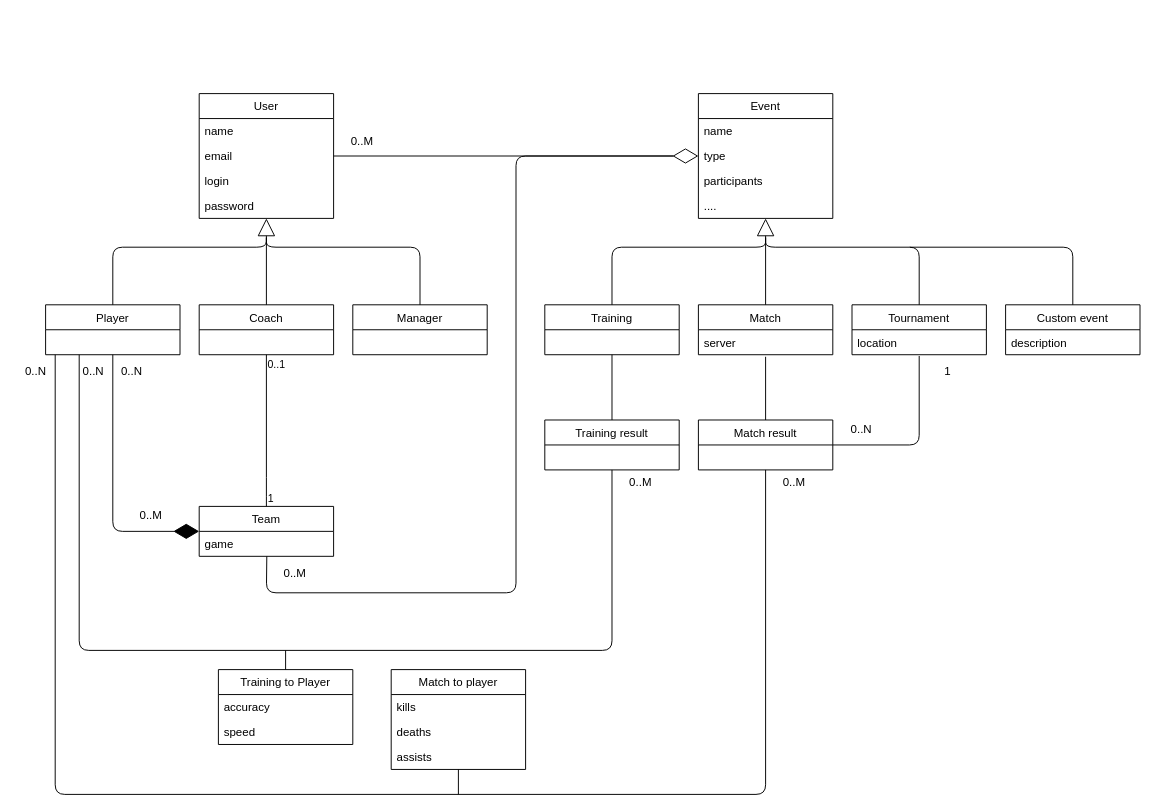
Earlier version of the draw.io diagram DomainModel.drawio (dminikm/EsportsIS). Source tidied: cells renumbered, new cells numbered last; positions are measured from the earlier drawing's top-left corner, leaving out a move shared by most shapes. Both pictures are drawn from the tidied source at 96%, with x=0, y=0 at pixel (16, 93).
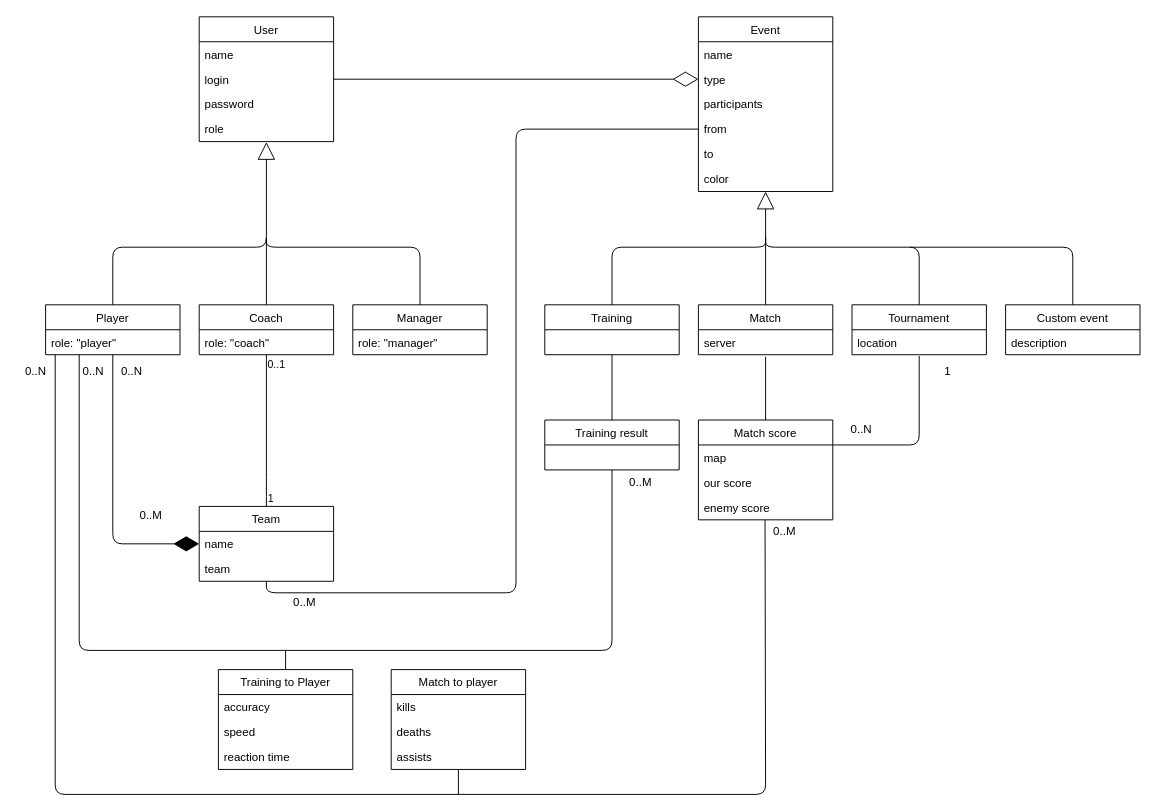
The same diagram, later.

The change refers to these unchanged cells:
```xml
<mxCell id="21" value="type" style="text;strokeColor=none;fillColor=none;align=left;verticalAlign=top;spacingLeft=4;spacingRight=4;overflow=hidden;points=[[0,0.5],[1,0.5]];portConstraint=eastwest;" parent="19" vertex="1">
  <mxGeometry y="52" width="140" height="26" as="geometry" />
</mxCell>
<mxCell id="25" value="server" style="text;strokeColor=none;fillColor=none;align=left;verticalAlign=top;spacingLeft=4;spacingRight=4;overflow=hidden;points=[[0,0.5],[1,0.5]];portConstraint=eastwest;" parent="24" vertex="1">
  <mxGeometry y="26" width="140" height="26" as="geometry" />
</mxCell>
<mxCell id="28" value="location" style="text;strokeColor=none;fillColor=none;align=left;verticalAlign=top;spacingLeft=4;spacingRight=4;overflow=hidden;points=[[0,0.5],[1,0.5]];portConstraint=eastwest;" parent="27" vertex="1">
  <mxGeometry y="26" width="140" height="26" as="geometry" />
</mxCell>
<mxCell id="37" value="Training result" style="swimlane;fontStyle=0;horizontal=1;startSize=26;fillColor=none;" parent="1" vertex="1">
  <mxGeometry x="550" y="340" width="140" height="52" as="geometry" />
</mxCell>
```

The edit, as a diff of the source:
```diff
@@
-    <mxCell id="2" style="endArrow=block;endSize=16;endFill=0;html=1;exitX=0.5;exitY=0;exitDx=0;exitDy=0;entryX=0.5;entryY=1;entryDx=0;entryDy=0;entryPerimeter=0;" parent="1" edge="1" source="5" target="12">
+    <mxCell id="2" style="endArrow=block;endSize=16;endFill=0;html=1;exitX=0.5;exitY=0;exitDx=0;exitDy=0;entryX=0.5;entryY=1.015;entryDx=0;entryDy=0;entryPerimeter=0;" parent="1" edge="1" target="63">
       <mxGeometry relative="1" as="geometry">
+        <mxPoint x="100" y="220" as="sourcePoint" />
         <Array as="points">
           <mxPoint x="100" y="160" />
           <mxPoint x="260" y="160" />
         </Array>
       </mxGeometry>
     </mxCell>
-    <mxCell id="3" style="endArrow=none;html=1;exitX=0.5;exitY=0;exitDx=0;exitDy=0;" parent="1" edge="1" source="6">
+    <mxCell id="3" style="endArrow=none;html=1;exitX=0.5;exitY=0;exitDx=0;exitDy=0;" parent="1" edge="1">
       <mxGeometry relative="1" as="geometry">
+        <mxPoint x="260" y="220" as="sourcePoint" />
         <mxPoint x="260" y="150" as="targetPoint" />
       </mxGeometry>
     </mxCell>
-    <mxCell id="4" style="endArrow=none;html=1;exitX=0.5;exitY=0;exitDx=0;exitDy=0;" parent="1" edge="1" source="7">
+    <mxCell id="4" style="endArrow=none;html=1;exitX=0.5;exitY=0;exitDx=0;exitDy=0;" parent="1" edge="1">
       <mxGeometry relative="1" as="geometry">
+        <mxPoint x="420" y="220" as="sourcePoint" />
         <mxPoint x="260" y="150" as="targetPoint" />
         <Array as="points">
           <mxPoint x="420" y="160" />
           <mxPoint x="260" y="160" />
         </Array>
       </mxGeometry>
     </mxCell>
-    <mxCell id="5" value="Player" style="swimlane;fontStyle=0;horizontal=1;startSize=26;fillColor=none;" parent="1" vertex="1">
-      <mxGeometry x="30" y="220" width="140" height="52" as="geometry" />
-    </mxCell>
-    <mxCell id="6" value="Coach" style="swimlane;fontStyle=0;horizontal=1;startSize=26;fillColor=none;" parent="1" vertex="1">
-      <mxGeometry x="190" y="220" width="140" height="52" as="geometry" />
-    </mxCell>
-    <mxCell id="7" value="Manager" style="swimlane;fontStyle=0;horizontal=1;startSize=26;fillColor=none;" parent="1" vertex="1">
-      <mxGeometry x="350" y="220" width="140" height="52" as="geometry" />
-    </mxCell>
     <mxCell id="8" value="User" style="swimlane;fontStyle=0;horizontal=1;startSize=26;fillColor=none;" parent="1" vertex="1">
-      <mxGeometry x="190" width="140" height="130" as="geometry" />
+      <mxGeometry x="190" y="-80" width="140" height="130" as="geometry" />
     </mxCell>
@@
-    <mxCell id="10" value="email" style="text;strokeColor=none;fillColor=none;align=left;verticalAlign=top;spacingLeft=4;spacingRight=4;overflow=hidden;points=[[0,0.5],[1,0.5]];portConstraint=eastwest;" parent="8" vertex="1">
-      <mxGeometry y="52" width="140" height="26" as="geometry" />
-    </mxCell>
     <mxCell id="11" value="login" style="text;strokeColor=none;fillColor=none;align=left;verticalAlign=top;spacingLeft=4;spacingRight=4;overflow=hidden;" parent="8" vertex="1">
-      <mxGeometry y="78" width="140" height="26" as="geometry" />
+      <mxGeometry y="52" width="140" height="26" as="geometry" />
     </mxCell>
     <mxCell id="12" value="password" style="text;strokeColor=none;fillColor=none;align=left;verticalAlign=top;spacingLeft=4;spacingRight=4;overflow=hidden;points=[[0,0.5],[1,0.5]];portConstraint=eastwest;" parent="8" vertex="1">
-      <mxGeometry y="104" width="140" height="26" as="geometry" />
+      <mxGeometry y="78" width="140" height="26" as="geometry" />
     </mxCell>
+    <mxCell id="63" value="role" style="text;strokeColor=none;fillColor=none;align=left;verticalAlign=top;spacingLeft=4;spacingRight=4;overflow=hidden;points=[[0,0.5],[1,0.5]];portConstraint=eastwest;" parent="8" vertex="1">
+      <mxGeometry y="104" width="140" height="26" as="geometry" />
+    </mxCell>
-    <mxCell id="13" style="endArrow=diamondThin;endFill=1;endSize=24;html=1;entryX=0;entryY=0.5;entryDx=0;entryDy=0;exitX=0.5;exitY=1;exitDx=0;exitDy=0;" parent="1" edge="1" source="5" target="39">
+    <mxCell id="13" style="endArrow=diamondThin;endFill=1;endSize=24;html=1;entryX=0;entryY=0.5;entryDx=0;entryDy=0;exitX=0.5;exitY=1;exitDx=0;exitDy=0;" parent="1" edge="1" target="39">
       <mxGeometry relative="1" as="geometry">
+        <mxPoint x="100" y="272" as="sourcePoint" />
         <Array as="points">
-          <mxPoint x="100" y="456" />
+          <mxPoint x="100" y="469" />
         </Array>
       </mxGeometry>
     </mxCell>
@@
-    <mxCell id="16" style="endArrow=none;html=1;edgeStyle=orthogonalEdgeStyle;entryX=0.5;entryY=1;entryDx=0;entryDy=0;exitX=0.5;exitY=0;exitDx=0;exitDy=0;" parent="1" edge="1" source="39" target="6">
+    <mxCell id="16" style="endArrow=none;html=1;edgeStyle=orthogonalEdgeStyle;entryX=0.5;entryY=1;entryDx=0;entryDy=0;exitX=0.5;exitY=0;exitDx=0;exitDy=0;" parent="1" edge="1" source="39">
       <mxGeometry relative="1" as="geometry">
+        <mxPoint x="260" y="272" as="targetPoint" />
         <Array as="points">
           <mxPoint x="260" y="410" />
           <mxPoint x="260" y="410" />
         </Array>
       </mxGeometry>
     </mxCell>
@@
     <mxCell id="19" value="Event" style="swimlane;fontStyle=0;horizontal=1;startSize=26;fillColor=none;" parent="1" vertex="1">
-      <mxGeometry x="710" width="140" height="130" as="geometry" />
+      <mxGeometry x="710" y="-80" width="140" height="182" as="geometry" />
     </mxCell>
@@
-    <mxCell id="23" value="...." style="text;strokeColor=none;fillColor=none;align=left;verticalAlign=top;spacingLeft=4;spacingRight=4;overflow=hidden;" parent="19" vertex="1">
-      <mxGeometry y="104" width="140" height="26" as="geometry" />
-    </mxCell>
+    <mxCell id="64" value="from" style="text;strokeColor=none;fillColor=none;align=left;verticalAlign=top;spacingLeft=4;spacingRight=4;overflow=hidden;points=[[0,0.5],[1,0.5]];portConstraint=eastwest;" parent="19" vertex="1">
+      <mxGeometry y="104" width="140" height="26" as="geometry" />
+    </mxCell>
+    <mxCell id="65" value="to" style="text;strokeColor=none;fillColor=none;align=left;verticalAlign=top;spacingLeft=4;spacingRight=4;overflow=hidden;" parent="19" vertex="1">
+      <mxGeometry y="130" width="140" height="26" as="geometry" />
+    </mxCell>
+    <mxCell id="66" value="color" style="text;strokeColor=none;fillColor=none;align=left;verticalAlign=top;spacingLeft=4;spacingRight=4;overflow=hidden;" parent="19" vertex="1">
+      <mxGeometry y="156" width="140" height="26" as="geometry" />
+    </mxCell>
@@
-    <mxCell id="32" style="endArrow=diamondThin;endFill=0;endSize=24;html=1;entryX=0;entryY=0.5;entryDx=0;entryDy=0;exitX=1;exitY=0.5;exitDx=0;exitDy=0;" parent="1" edge="1" source="10" target="21">
-      <mxGeometry relative="1" as="geometry" />
+    <mxCell id="32" style="endArrow=diamondThin;endFill=0;endSize=24;html=1;entryX=0;entryY=0.5;entryDx=0;entryDy=0;exitX=1;exitY=0.5;exitDx=0;exitDy=0;" parent="1" edge="1" target="21">
+      <mxGeometry relative="1" as="geometry">
+        <mxPoint x="330" y="-15" as="sourcePoint" />
+      </mxGeometry>
     </mxCell>
-    <mxCell id="33" style="endArrow=none;html=1;exitX=0.503;exitY=1;exitDx=0;exitDy=0;exitPerimeter=0;" parent="1" edge="1" source="40">
+    <mxCell id="33" style="endArrow=none;html=1;entryX=0;entryY=0.5;entryDx=0;entryDy=0;exitX=0.5;exitY=1.004;exitDx=0;exitDy=0;exitPerimeter=0;" parent="1" edge="1" source="67" target="64">
       <mxGeometry relative="1" as="geometry">
-        <mxPoint x="684" y="65" as="targetPoint" />
         <Array as="points">
           <mxPoint x="260" y="520" />
           <mxPoint x="520" y="520" />
-          <mxPoint x="520" y="65" />
+          <mxPoint x="520" y="37" />
         </Array>
       </mxGeometry>
     </mxCell>
-    <mxCell id="34" value="0..M" style="text;html=1;strokeColor=none;fillColor=none;align=center;verticalAlign=middle;whiteSpace=wrap;rounded=0;" parent="1" vertex="1">
-      <mxGeometry x="340" y="40" width="40" height="20" as="geometry" />
-    </mxCell>
     <mxCell id="35" value="0..M" style="text;html=1;strokeColor=none;fillColor=none;align=center;verticalAlign=middle;whiteSpace=wrap;rounded=0;" parent="1" vertex="1">
-      <mxGeometry x="270" y="490" width="40" height="20" as="geometry" />
+      <mxGeometry x="280" y="520" width="40" height="20" as="geometry" />
     </mxCell>
@@
     <mxCell id="39" value="Team" style="swimlane;fontStyle=0;horizontal=1;startSize=26;fillColor=none;" parent="1" vertex="1">
-      <mxGeometry x="190" y="430" width="140" height="52" as="geometry" />
+      <mxGeometry x="190" y="430" width="140" height="78" as="geometry" />
     </mxCell>
-    <mxCell id="40" value="game" style="text;strokeColor=none;fillColor=none;align=left;verticalAlign=top;spacingLeft=4;spacingRight=4;overflow=hidden;points=[[0,0.5],[1,0.5]];portConstraint=eastwest;" parent="39" vertex="1">
+    <mxCell id="40" value="name" style="text;strokeColor=none;fillColor=none;align=left;verticalAlign=top;spacingLeft=4;spacingRight=4;overflow=hidden;points=[[0,0.5],[1,0.5]];portConstraint=eastwest;" parent="39" vertex="1">
       <mxGeometry y="26" width="140" height="26" as="geometry" />
     </mxCell>
+    <mxCell id="67" value="team" style="text;strokeColor=none;fillColor=none;align=left;verticalAlign=top;spacingLeft=4;spacingRight=4;overflow=hidden;points=[[0,0.5],[1,0.5]];portConstraint=eastwest;" parent="39" vertex="1">
+      <mxGeometry y="52" width="140" height="26" as="geometry" />
+    </mxCell>
-    <mxCell id="41" style="endArrow=none;html=1;entryX=0.5;entryY=1;entryDx=0;entryDy=0;exitX=0.25;exitY=1;exitDx=0;exitDy=0;" parent="1" edge="1" source="5" target="37">
+    <mxCell id="41" style="endArrow=none;html=1;entryX=0.5;entryY=1;entryDx=0;entryDy=0;exitX=0.25;exitY=1;exitDx=0;exitDy=0;" parent="1" edge="1" target="37">
       <mxGeometry relative="1" as="geometry">
+        <mxPoint x="65" y="272" as="sourcePoint" />
         <Array as="points">
           <mxPoint x="65" y="580" />
           <mxPoint x="620" y="580" />
         </Array>
       </mxGeometry>
     </mxCell>
@@
     <mxCell id="45" value="0..M" style="text;html=1;strokeColor=none;fillColor=none;align=center;verticalAlign=middle;whiteSpace=wrap;rounded=0;" parent="1" vertex="1">
-      <mxGeometry x="790" y="395" width="40" height="20" as="geometry" />
+      <mxGeometry x="780" y="446" width="40" height="20" as="geometry" />
     </mxCell>
-    <mxCell id="46" value="Match result" style="swimlane;fontStyle=0;horizontal=1;startSize=26;fillColor=none;" parent="1" vertex="1">
-      <mxGeometry x="710" y="340" width="140" height="52" as="geometry" />
-    </mxCell>
-    <mxCell id="47" style="endArrow=none;html=1;entryX=0.5;entryY=1.083;entryDx=0;entryDy=0;entryPerimeter=0;exitX=0.5;exitY=0;exitDx=0;exitDy=0;" parent="1" edge="1" source="46" target="25">
-      <mxGeometry relative="1" as="geometry" />
+    <mxCell id="47" style="endArrow=none;html=1;entryX=0.5;entryY=1.083;entryDx=0;entryDy=0;entryPerimeter=0;exitX=0.5;exitY=0;exitDx=0;exitDy=0;" parent="1" edge="1" target="25">
+      <mxGeometry relative="1" as="geometry">
+        <mxPoint x="780" y="340" as="sourcePoint" />
+      </mxGeometry>
     </mxCell>
-    <mxCell id="48" style="endArrow=none;html=1;entryX=1;entryY=0.5;entryDx=0;entryDy=0;exitX=0.5;exitY=1.051;exitDx=0;exitDy=0;exitPerimeter=0;" parent="1" edge="1" source="28" target="46">
+    <mxCell id="48" style="endArrow=none;html=1;entryX=1;entryY=0.5;entryDx=0;entryDy=0;exitX=0.5;exitY=1.051;exitDx=0;exitDy=0;exitPerimeter=0;" parent="1" edge="1" source="28">
       <mxGeometry relative="1" as="geometry">
+        <mxPoint x="850" y="366" as="targetPoint" />
         <Array as="points">
           <mxPoint x="940" y="366" />
         </Array>
       </mxGeometry>
     </mxCell>
@@
-    <mxCell id="51" style="endArrow=none;html=1;entryX=0.5;entryY=1;entryDx=0;entryDy=0;" parent="1" edge="1" target="46">
+    <mxCell id="51" style="endArrow=none;html=1;entryX=0.496;entryY=1.002;entryDx=0;entryDy=0;entryPerimeter=0;" parent="1" edge="1" target="75">
       <mxGeometry relative="1" as="geometry">
         <mxPoint x="40" y="272" as="sourcePoint" />
         <Array as="points">
           <mxPoint x="40" y="730" />
           <mxPoint x="780" y="730" />
         </Array>
       </mxGeometry>
     </mxCell>
@@
     <mxCell id="53" value="Training to Player" style="swimlane;fontStyle=0;horizontal=1;startSize=26;fillColor=none;" parent="1" vertex="1">
-      <mxGeometry x="210" y="600" width="140" height="78" as="geometry" />
+      <mxGeometry x="210" y="600" width="140" height="104" as="geometry" />
     </mxCell>
@@
+    <mxCell id="68" value="speed" style="text;strokeColor=none;fillColor=none;align=left;verticalAlign=top;spacingLeft=4;spacingRight=4;overflow=hidden;" parent="53" vertex="1">
+      <mxGeometry y="52" width="140" height="26" as="geometry" />
+    </mxCell>
-    <mxCell id="55" value="speed" style="text;strokeColor=none;fillColor=none;align=left;verticalAlign=top;spacingLeft=4;spacingRight=4;overflow=hidden;" parent="53" vertex="1">
-      <mxGeometry y="52" width="140" height="26" as="geometry" />
+    <mxCell id="55" value="reaction time" style="text;strokeColor=none;fillColor=none;align=left;verticalAlign=top;spacingLeft=4;spacingRight=4;overflow=hidden;" parent="53" vertex="1">
+      <mxGeometry y="78" width="140" height="26" as="geometry" />
     </mxCell>
@@
+    <mxCell id="5" value="Player" style="swimlane;fontStyle=0;horizontal=1;startSize=26;fillColor=none;" parent="1" vertex="1">
+      <mxGeometry x="30" y="220" width="140" height="52" as="geometry" />
+    </mxCell>
+    <mxCell id="69" value="role: &quot;player&quot;" style="text;strokeColor=none;fillColor=none;align=left;verticalAlign=top;spacingLeft=4;spacingRight=4;overflow=hidden;" parent="5" vertex="1">
+      <mxGeometry y="26" width="140" height="26" as="geometry" />
+    </mxCell>
+    <mxCell id="6" value="Coach" style="swimlane;fontStyle=0;horizontal=1;startSize=26;fillColor=none;" parent="1" vertex="1">
+      <mxGeometry x="190" y="220" width="140" height="52" as="geometry" />
+    </mxCell>
+    <mxCell id="70" value="role: &quot;coach&quot;" style="text;strokeColor=none;fillColor=none;align=left;verticalAlign=top;spacingLeft=4;spacingRight=4;overflow=hidden;" parent="6" vertex="1">
+      <mxGeometry y="26" width="140" height="26" as="geometry" />
+    </mxCell>
+    <mxCell id="7" value="Manager" style="swimlane;fontStyle=0;horizontal=1;startSize=26;fillColor=none;" parent="1" vertex="1">
+      <mxGeometry x="350" y="220" width="140" height="52" as="geometry" />
+    </mxCell>
+    <mxCell id="71" value="role: &quot;manager&quot;" style="text;strokeColor=none;fillColor=none;align=left;verticalAlign=top;spacingLeft=4;spacingRight=4;overflow=hidden;" parent="7" vertex="1">
+      <mxGeometry y="26" width="140" height="26" as="geometry" />
+    </mxCell>
+    <mxCell id="72" value="Match score" style="swimlane;fontStyle=0;horizontal=1;startSize=26;fillColor=none;" parent="1" vertex="1">
+      <mxGeometry x="710" y="340" width="140" height="104" as="geometry" />
+    </mxCell>
+    <mxCell id="73" value="map" style="text;strokeColor=none;fillColor=none;align=left;verticalAlign=top;spacingLeft=4;spacingRight=4;overflow=hidden;" parent="72" vertex="1">
+      <mxGeometry y="26" width="140" height="26" as="geometry" />
+    </mxCell>
+    <mxCell id="74" value="our score" style="text;strokeColor=none;fillColor=none;align=left;verticalAlign=top;spacingLeft=4;spacingRight=4;overflow=hidden;" parent="72" vertex="1">
+      <mxGeometry y="52" width="140" height="26" as="geometry" />
+    </mxCell>
+    <mxCell id="75" value="enemy score" style="text;strokeColor=none;fillColor=none;align=left;verticalAlign=top;spacingLeft=4;spacingRight=4;overflow=hidden;points=[[0,0.5],[1,0.5]];portConstraint=eastwest;" parent="72" vertex="1">
+      <mxGeometry y="78" width="140" height="26" as="geometry" />
+    </mxCell>
```
